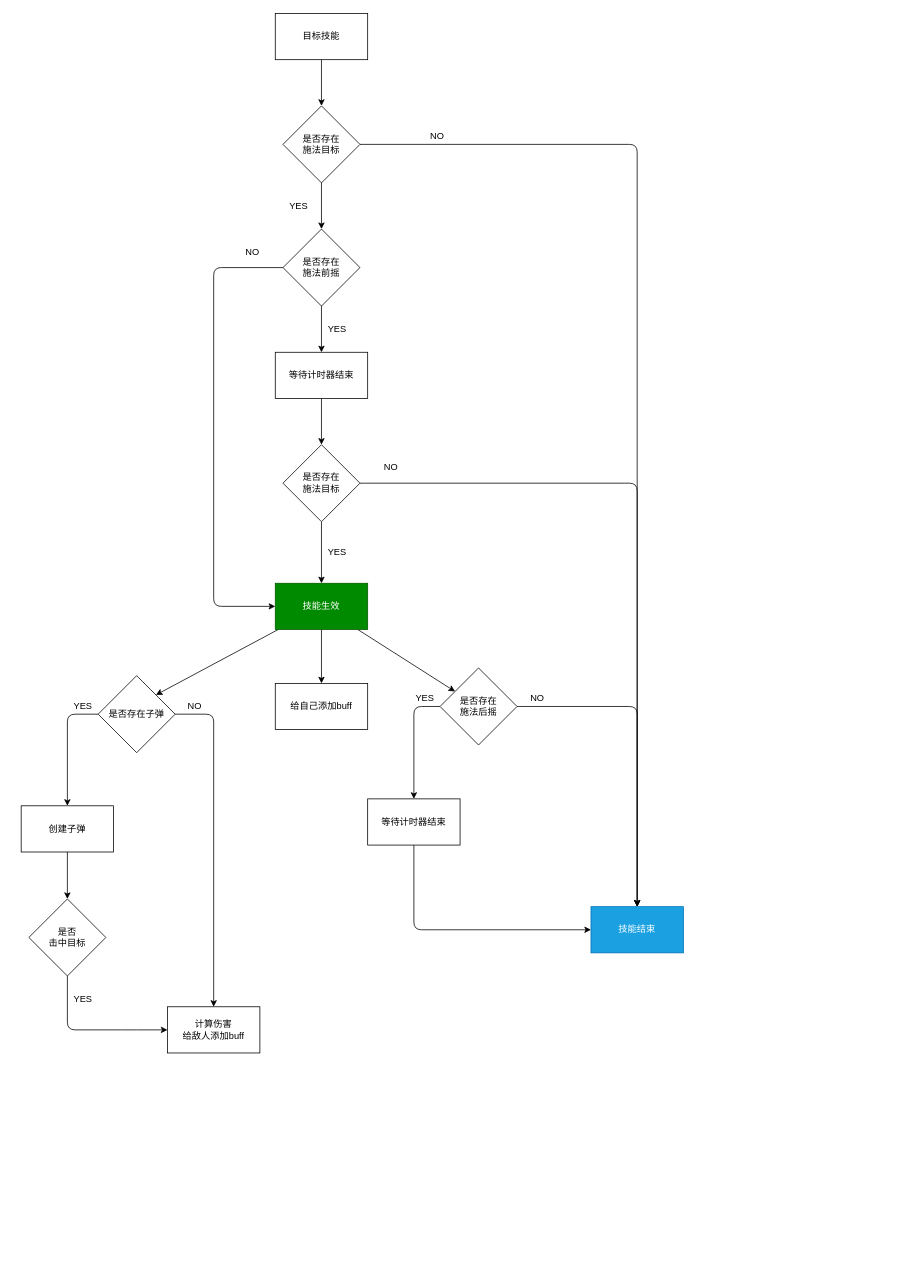
This is Drawio/技能流程.drawio from gsm958708323/HaloClient, a draw.io file, before an edit. Source tidied: cells renumbered, new cells numbered last; positions are measured from the earlier drawing's top-left corner, leaving out a move shared by most shapes. Both pictures are drawn from the tidied source at 77%, with x=0, y=0 at pixel (21, 13).
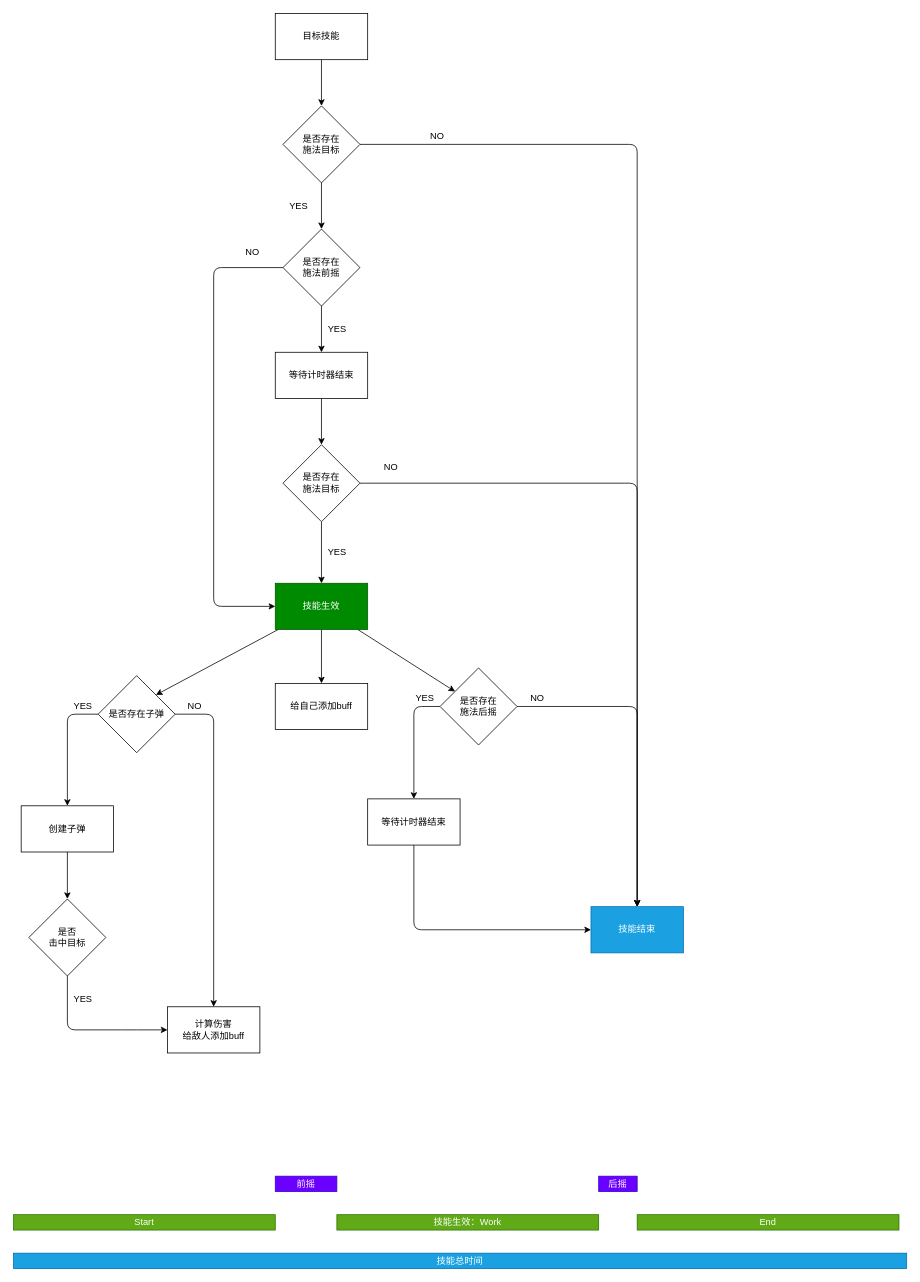
Above is the later version.

Change to the diagram source:
```diff
@@
+    <mxCell id="45" value="技能总时间" style="rounded=0;whiteSpace=wrap;html=1;fillColor=#1ba1e2;fontColor=#ffffff;strokeColor=#006EAF;" parent="1" vertex="1">
+      <mxGeometry x="-10" y="1610" width="1160" height="20" as="geometry" />
+    </mxCell>
+    <mxCell id="46" value="Start" style="rounded=0;whiteSpace=wrap;html=1;fillColor=#60a917;fontColor=#ffffff;strokeColor=#2D7600;" parent="1" vertex="1">
+      <mxGeometry x="-10" y="1560" width="340" height="20" as="geometry" />
+    </mxCell>
+    <mxCell id="47" value="技能生效：Work" style="rounded=0;whiteSpace=wrap;html=1;fillColor=#60a917;fontColor=#ffffff;strokeColor=#2D7600;" parent="1" vertex="1">
+      <mxGeometry x="410" y="1560" width="340" height="20" as="geometry" />
+    </mxCell>
+    <mxCell id="48" value="End" style="rounded=0;whiteSpace=wrap;html=1;fillColor=#60a917;fontColor=#ffffff;strokeColor=#2D7600;" parent="1" vertex="1">
+      <mxGeometry x="800" y="1560" width="340" height="20" as="geometry" />
+    </mxCell>
+    <mxCell id="49" value="前摇" style="rounded=0;whiteSpace=wrap;html=1;fillColor=#6a00ff;fontColor=#ffffff;strokeColor=#3700CC;" parent="1" vertex="1">
+      <mxGeometry x="330" y="1510" width="80" height="20" as="geometry" />
+    </mxCell>
+    <mxCell id="50" value="后摇" style="rounded=0;whiteSpace=wrap;html=1;fillColor=#6a00ff;fontColor=#ffffff;strokeColor=#3700CC;" parent="1" vertex="1">
+      <mxGeometry x="750" y="1510" width="50" height="20" as="geometry" />
+    </mxCell>
```
